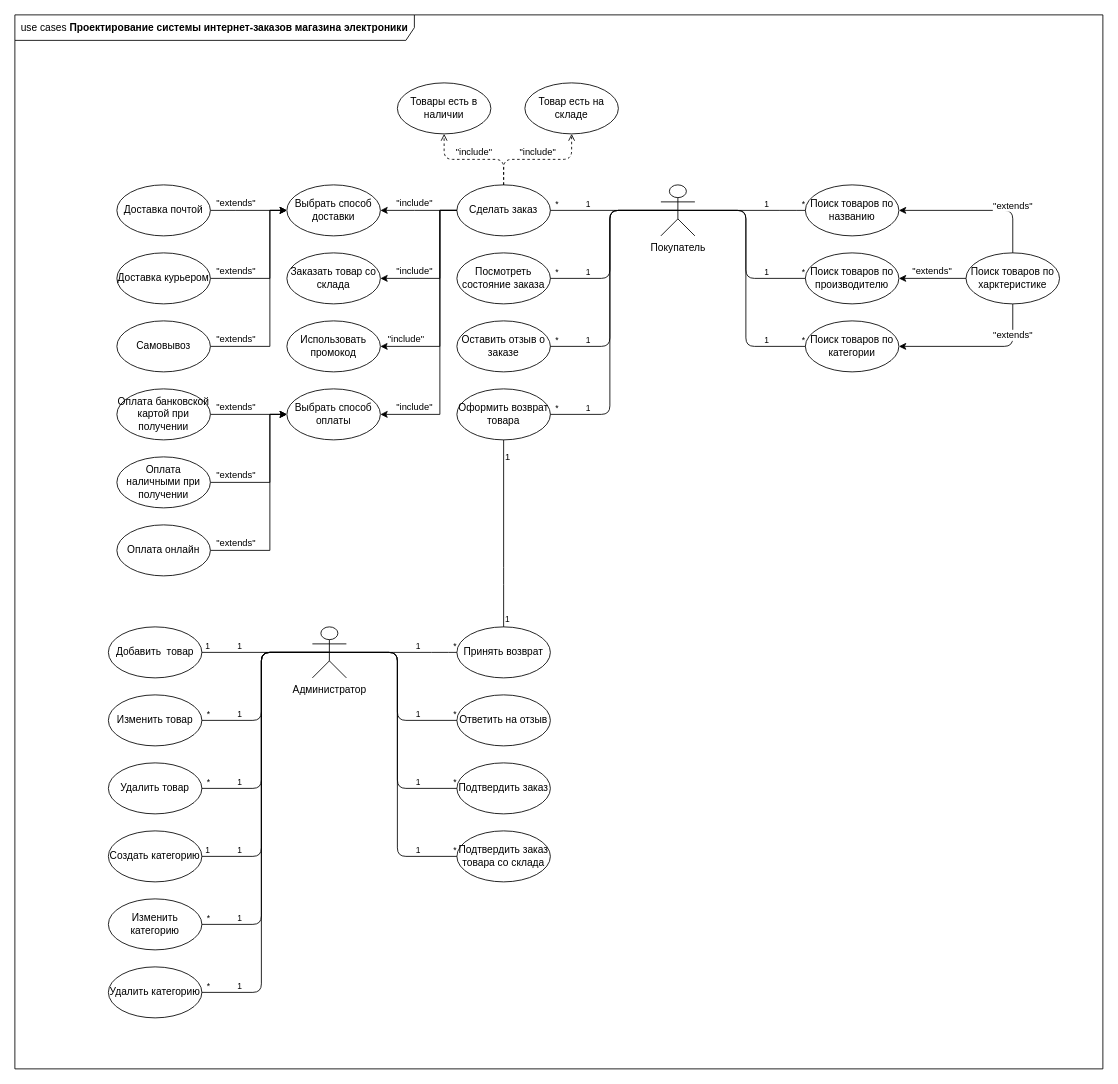
Earlier version of the draw.io diagram use_case.drawio (randomunrandom/MSS). Source tidied: cells renumbered, new cells numbered last; positions are measured from the earlier drawing's top-left corner, leaving out a move shared by most shapes. Both pictures are drawn from the tidied source at 85%, with x=0, y=0 at pixel (14, 14).
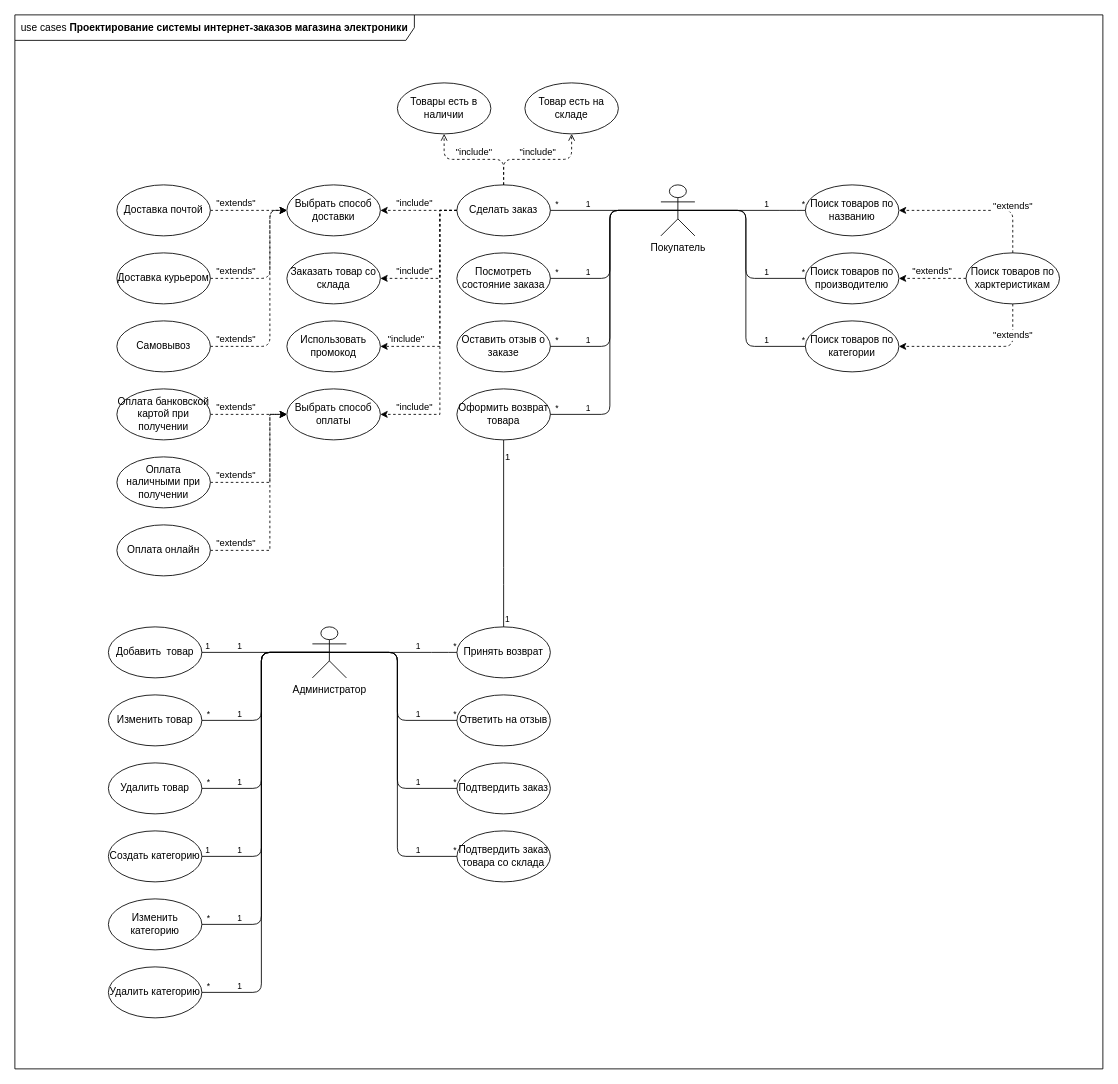
After the change.

The change refers to these unchanged cells:
```xml
<mxCell id="7" value="Сделать заказ" style="ellipse;whiteSpace=wrap;html=1;fontFamily=Helvetica;fontSize=12;fontColor=#000000;align=center;strokeColor=#000000;fillColor=#ffffff;" parent="1" vertex="1">
  <mxGeometry x="520" y="200" width="110" height="60" as="geometry" />
</mxCell>
<mxCell id="10" value="Заказать товар со склада" style="ellipse;whiteSpace=wrap;html=1;fontFamily=Helvetica;fontSize=12;fontColor=#000000;align=center;strokeColor=#000000;fillColor=#ffffff;" parent="1" vertex="1">
  <mxGeometry x="320" y="280" width="110" height="60" as="geometry" />
</mxCell>
<mxCell id="23" value="Поиск товаров по названию" style="ellipse;whiteSpace=wrap;html=1;fontFamily=Helvetica;fontSize=12;fontColor=#000000;align=center;strokeColor=#000000;fillColor=#ffffff;" parent="1" vertex="1">
  <mxGeometry x="930" y="200" width="110" height="60" as="geometry" />
</mxCell>
<mxCell id="28" value="Поиск товаров по производителю" style="ellipse;whiteSpace=wrap;html=1;fontFamily=Helvetica;fontSize=12;fontColor=#000000;align=center;strokeColor=#000000;fillColor=#ffffff;" parent="1" vertex="1">
  <mxGeometry x="930" y="280" width="110" height="60" as="geometry" />
</mxCell>
<mxCell id="33" value="Поиск товаров по категории" style="ellipse;whiteSpace=wrap;html=1;fontFamily=Helvetica;fontSize=12;fontColor=#000000;align=center;strokeColor=#000000;fillColor=#ffffff;" parent="1" vertex="1">
  <mxGeometry x="930" y="360" width="110" height="60" as="geometry" />
</mxCell>
<mxCell id="39" value="Выбрать способ доставки" style="ellipse;whiteSpace=wrap;html=1;fontFamily=Helvetica;fontSize=12;fontColor=#000000;align=center;strokeColor=#000000;fillColor=#ffffff;" parent="1" vertex="1">
  <mxGeometry x="320" y="200" width="110" height="60" as="geometry" />
</mxCell>
<mxCell id="40" value="Доставка почтой" style="ellipse;whiteSpace=wrap;html=1;fontFamily=Helvetica;fontSize=12;fontColor=#000000;align=center;strokeColor=#000000;fillColor=#ffffff;" parent="1" vertex="1">
  <mxGeometry x="120" y="200" width="110" height="60" as="geometry" />
</mxCell>
<mxCell id="42" value="Доставка курьером" style="ellipse;whiteSpace=wrap;html=1;fontFamily=Helvetica;fontSize=12;fontColor=#000000;align=center;strokeColor=#000000;fillColor=#ffffff;" parent="1" vertex="1">
  <mxGeometry x="120" y="280" width="110" height="60" as="geometry" />
</mxCell>
<mxCell id="44" value="Самовывоз" style="ellipse;whiteSpace=wrap;html=1;fontFamily=Helvetica;fontSize=12;fontColor=#000000;align=center;strokeColor=#000000;fillColor=#ffffff;" parent="1" vertex="1">
  <mxGeometry x="120" y="360" width="110" height="60" as="geometry" />
</mxCell>
<mxCell id="46" value="Выбрать способ оплаты" style="ellipse;whiteSpace=wrap;html=1;fontFamily=Helvetica;fontSize=12;fontColor=#000000;align=center;strokeColor=#000000;fillColor=#ffffff;" parent="1" vertex="1">
  <mxGeometry x="320" y="440" width="110" height="60" as="geometry" />
</mxCell>
<mxCell id="48" value="Оплата банковской картой при получении" style="ellipse;whiteSpace=wrap;html=1;fontFamily=Helvetica;fontSize=12;fontColor=#000000;align=center;strokeColor=#000000;fillColor=#ffffff;" parent="1" vertex="1">
  <mxGeometry x="120" y="440" width="110" height="60" as="geometry" />
</mxCell>
<mxCell id="50" value="Оплата онлайн" style="ellipse;whiteSpace=wrap;html=1;fontFamily=Helvetica;fontSize=12;fontColor=#000000;align=center;strokeColor=#000000;fillColor=#ffffff;" parent="1" vertex="1">
  <mxGeometry x="120" y="600" width="110" height="60" as="geometry" />
</mxCell>
<mxCell id="52" value="Использовать промокод" style="ellipse;whiteSpace=wrap;html=1;fontFamily=Helvetica;fontSize=12;fontColor=#000000;align=center;strokeColor=#000000;fillColor=#ffffff;" parent="1" vertex="1">
  <mxGeometry x="320" y="360" width="110" height="60" as="geometry" />
</mxCell>
<mxCell id="54" value="Оплата наличными при получении" style="ellipse;whiteSpace=wrap;html=1;fontFamily=Helvetica;fontSize=12;fontColor=#000000;align=center;strokeColor=#000000;fillColor=#ffffff;" parent="1" vertex="1">
  <mxGeometry x="120" y="520" width="110" height="60" as="geometry" />
</mxCell>
```

The edit, as a diff of the source:
```diff
@@
-    <mxCell id="4" value="&quot;include&quot;" style="edgeStyle=orthogonalEdgeStyle;rounded=0;jettySize=auto;html=1;align=center;verticalAlign=bottom;" parent="1" edge="1" source="7" target="10">
+    <mxCell id="4" value="&quot;include&quot;" style="edgeStyle=orthogonalEdgeStyle;rounded=0;jettySize=auto;html=1;align=center;verticalAlign=bottom;dashed=1;" parent="1" edge="1" source="7" target="10">
       <mxGeometry x="0.53" relative="1" as="geometry">
         <Array as="points">
           <mxPoint x="500" y="230" />
           <mxPoint x="500" y="310" />
         </Array>
       </mxGeometry>
     </mxCell>
@@
-    <mxCell id="22" value="&quot;extends&quot;" style="rounded=1;jettySize=auto;html=1;exitX=0.5;exitY=0;exitDx=0;exitDy=0;align=center;verticalAlign=bottom;edgeStyle=orthogonalEdgeStyle;entryX=1;entryY=0.5;entryDx=0;entryDy=0;" parent="1" edge="1" source="59" target="23">
+    <mxCell id="22" value="&quot;extends&quot;" style="rounded=1;jettySize=auto;html=1;exitX=0.5;exitY=0;exitDx=0;exitDy=0;align=center;verticalAlign=bottom;edgeStyle=orthogonalEdgeStyle;entryX=1;entryY=0.5;entryDx=0;entryDy=0;dashed=1;" parent="1" edge="1" source="59" target="23">
       <mxGeometry x="-0.5" relative="1" as="geometry" />
     </mxCell>
@@
-    <mxCell id="27" value="&quot;extends&quot;" style="rounded=1;jettySize=auto;html=1;exitX=0;exitY=0.5;exitDx=0;exitDy=0;entryX=1;entryY=0.5;entryDx=0;entryDy=0;align=center;verticalAlign=bottom;edgeStyle=orthogonalEdgeStyle;" parent="1" edge="1" source="59" target="28">
+    <mxCell id="27" value="&quot;extends&quot;" style="rounded=1;jettySize=auto;html=1;exitX=0;exitY=0.5;exitDx=0;exitDy=0;entryX=1;entryY=0.5;entryDx=0;entryDy=0;align=center;verticalAlign=bottom;edgeStyle=orthogonalEdgeStyle;dashed=1;" parent="1" edge="1" source="59" target="28">
       <mxGeometry relative="1" as="geometry" />
     </mxCell>
@@
-    <mxCell id="32" value="&quot;extends&quot;" style="rounded=1;jettySize=auto;html=1;exitX=0.5;exitY=1;exitDx=0;exitDy=0;entryX=1;entryY=0.5;entryDx=0;entryDy=0;align=center;verticalAlign=bottom;edgeStyle=orthogonalEdgeStyle;" parent="1" edge="1" source="59" target="33">
+    <mxCell id="32" value="&quot;extends&quot;" style="rounded=1;jettySize=auto;html=1;exitX=0.5;exitY=1;exitDx=0;exitDy=0;entryX=1;entryY=0.5;entryDx=0;entryDy=0;align=center;verticalAlign=bottom;edgeStyle=orthogonalEdgeStyle;dashed=1;" parent="1" edge="1" source="59" target="33">
       <mxGeometry x="-0.5" relative="1" as="geometry">
         <Array as="points">
           <mxPoint x="1174" y="390" />
         </Array>
       </mxGeometry>
     </mxCell>
@@
-    <mxCell id="37" value="&quot;include&quot;" style="edgeStyle=orthogonalEdgeStyle;rounded=0;jettySize=auto;html=1;align=center;verticalAlign=bottom;exitX=0;exitY=0.5;exitDx=0;exitDy=0;" parent="1" edge="1" source="7" target="39">
+    <mxCell id="37" value="&quot;include&quot;" style="edgeStyle=orthogonalEdgeStyle;rounded=0;jettySize=auto;html=1;align=center;verticalAlign=bottom;exitX=0;exitY=0.5;exitDx=0;exitDy=0;dashed=1;" parent="1" edge="1" source="7" target="39">
       <mxGeometry x="0.11" relative="1" as="geometry">
         <Array as="points">
           <mxPoint x="470" y="230" />
           <mxPoint x="470" y="230" />
         </Array>
       </mxGeometry>
     </mxCell>
-    <mxCell id="38" value="&quot;extends&quot;" style="edgeStyle=orthogonalEdgeStyle;rounded=0;jettySize=auto;html=1;align=center;entryX=0;entryY=0.5;entryDx=0;entryDy=0;verticalAlign=bottom;exitX=1;exitY=0.5;exitDx=0;exitDy=0;" parent="1" edge="1" source="40" target="39">
+    <mxCell id="38" value="&quot;extends&quot;" style="edgeStyle=orthogonalEdgeStyle;rounded=0;jettySize=auto;html=1;align=center;entryX=0;entryY=0.5;entryDx=0;entryDy=0;verticalAlign=bottom;exitX=1;exitY=0.5;exitDx=0;exitDy=0;dashed=1;" parent="1" edge="1" source="40" target="39">
       <mxGeometry x="0.33" y="-30" relative="1" as="geometry">
         <Array as="points">
           <mxPoint x="260" y="230" />
           <mxPoint x="260" y="230" />
         </Array>
         <mxPoint x="-30" y="-30" as="offset" />
       </mxGeometry>
     </mxCell>
@@
-    <mxCell id="41" value="&quot;extends&quot;" style="edgeStyle=orthogonalEdgeStyle;rounded=0;jettySize=auto;html=1;align=center;entryX=0;entryY=0.5;entryDx=0;entryDy=0;verticalAlign=bottom;exitX=1;exitY=0.5;exitDx=0;exitDy=0;" parent="1" edge="1" source="42" target="39">
+    <mxCell id="41" value="&quot;extends&quot;" style="edgeStyle=orthogonalEdgeStyle;rounded=1;jettySize=auto;html=1;align=center;entryX=0;entryY=0.5;entryDx=0;entryDy=0;verticalAlign=bottom;exitX=1;exitY=0.5;exitDx=0;exitDy=0;dashed=1;" parent="1" edge="1" source="42" target="39">
       <mxGeometry x="-0.65" relative="1" as="geometry">
         <Array as="points">
           <mxPoint x="300" y="310" />
           <mxPoint x="300" y="230" />
         </Array>
       </mxGeometry>
     </mxCell>
@@
-    <mxCell id="43" value="&quot;extends&quot;" style="edgeStyle=orthogonalEdgeStyle;rounded=0;jettySize=auto;html=1;align=center;entryX=0;entryY=0.5;entryDx=0;entryDy=0;verticalAlign=bottom;exitX=1;exitY=0.5;exitDx=0;exitDy=0;" parent="1" edge="1" source="44" target="39">
+    <mxCell id="43" value="&quot;extends&quot;" style="edgeStyle=orthogonalEdgeStyle;rounded=1;jettySize=auto;html=1;align=center;entryX=0;entryY=0.5;entryDx=0;entryDy=0;verticalAlign=bottom;exitX=1;exitY=0.5;exitDx=0;exitDy=0;dashed=1;" parent="1" edge="1" source="44" target="39">
       <mxGeometry x="-0.76" relative="1" as="geometry">
         <Array as="points">
           <mxPoint x="300" y="390" />
           <mxPoint x="300" y="230" />
         </Array>
       </mxGeometry>
     </mxCell>
@@
-    <mxCell id="45" value="&quot;include&quot;" style="edgeStyle=orthogonalEdgeStyle;rounded=0;jettySize=auto;html=1;align=center;verticalAlign=bottom;exitX=0;exitY=0.5;exitDx=0;exitDy=0;" parent="1" edge="1" source="7" target="46">
+    <mxCell id="45" value="&quot;include&quot;" style="edgeStyle=orthogonalEdgeStyle;rounded=0;jettySize=auto;html=1;align=center;verticalAlign=bottom;exitX=0;exitY=0.5;exitDx=0;exitDy=0;dashed=1;" parent="1" edge="1" source="7" target="46">
       <mxGeometry x="0.76" relative="1" as="geometry">
         <Array as="points">
           <mxPoint x="500" y="230" />
           <mxPoint x="500" y="470" />
         </Array>
       </mxGeometry>
     </mxCell>
@@
-    <mxCell id="47" value="&quot;extends&quot;" style="edgeStyle=orthogonalEdgeStyle;rounded=0;jettySize=auto;html=1;align=center;entryX=0;entryY=0.5;entryDx=0;entryDy=0;verticalAlign=bottom;exitX=1;exitY=0.5;exitDx=0;exitDy=0;" parent="1" edge="1" source="48" target="46">
+    <mxCell id="47" value="&quot;extends&quot;" style="edgeStyle=orthogonalEdgeStyle;rounded=0;jettySize=auto;html=1;align=center;entryX=0;entryY=0.5;entryDx=0;entryDy=0;verticalAlign=bottom;exitX=1;exitY=0.5;exitDx=0;exitDy=0;dashed=1;" parent="1" edge="1" source="48" target="46">
       <mxGeometry x="-0.33" relative="1" as="geometry" />
     </mxCell>
@@
-    <mxCell id="49" value="&quot;extends&quot;" style="edgeStyle=orthogonalEdgeStyle;rounded=0;jettySize=auto;html=1;align=center;entryX=0;entryY=0.5;entryDx=0;entryDy=0;verticalAlign=bottom;exitX=1;exitY=0.5;exitDx=0;exitDy=0;" parent="1" edge="1" source="50" target="46">
+    <mxCell id="49" value="&quot;extends&quot;" style="edgeStyle=orthogonalEdgeStyle;rounded=0;jettySize=auto;html=1;align=center;entryX=0;entryY=0.5;entryDx=0;entryDy=0;verticalAlign=bottom;exitX=1;exitY=0.5;exitDx=0;exitDy=0;dashed=1;" parent="1" edge="1" source="50" target="46">
       <mxGeometry x="-0.76" relative="1" as="geometry">
         <Array as="points">
           <mxPoint x="300" y="630" />
           <mxPoint x="300" y="470" />
         </Array>
       </mxGeometry>
     </mxCell>
@@
-    <mxCell id="51" value="&quot;include&quot;" style="edgeStyle=orthogonalEdgeStyle;rounded=0;jettySize=auto;html=1;align=center;verticalAlign=bottom;exitX=0;exitY=0.5;exitDx=0;exitDy=0;" parent="1" edge="1" source="7" target="52">
+    <mxCell id="51" value="&quot;include&quot;" style="edgeStyle=orthogonalEdgeStyle;rounded=0;jettySize=auto;html=1;align=center;verticalAlign=bottom;exitX=0;exitY=0.5;exitDx=0;exitDy=0;dashed=1;" parent="1" edge="1" source="7" target="52">
       <mxGeometry x="0.76" relative="1" as="geometry">
         <Array as="points">
           <mxPoint x="500" y="230" />
           <mxPoint x="500" y="390" />
         </Array>
       </mxGeometry>
     </mxCell>
@@
-    <mxCell id="53" value="&quot;extends&quot;" style="edgeStyle=orthogonalEdgeStyle;rounded=0;jettySize=auto;html=1;align=center;entryX=0;entryY=0.5;entryDx=0;entryDy=0;verticalAlign=bottom;exitX=1;exitY=0.5;exitDx=0;exitDy=0;" parent="1" edge="1" source="54" target="46">
+    <mxCell id="53" value="&quot;extends&quot;" style="edgeStyle=orthogonalEdgeStyle;rounded=0;jettySize=auto;html=1;align=center;entryX=0;entryY=0.5;entryDx=0;entryDy=0;verticalAlign=bottom;exitX=1;exitY=0.5;exitDx=0;exitDy=0;dashed=1;" parent="1" edge="1" source="54" target="46">
       <mxGeometry x="-0.65" relative="1" as="geometry">
         <Array as="points">
           <mxPoint x="300" y="550" />
           <mxPoint x="300" y="470" />
         </Array>
       </mxGeometry>
     </mxCell>
@@
-    <mxCell id="59" value="&lt;div&gt;Поиск товаров по харктеристике&lt;/div&gt;" style="ellipse;whiteSpace=wrap;html=1;fontFamily=Helvetica;fontSize=12;fontColor=#000000;align=center;strokeColor=#000000;fillColor=#ffffff;" parent="1" vertex="1">
+    <mxCell id="59" value="&lt;div&gt;Поиск товаров по харктеристикам&lt;/div&gt;" style="ellipse;whiteSpace=wrap;html=1;fontFamily=Helvetica;fontSize=12;fontColor=#000000;align=center;strokeColor=#000000;fillColor=#ffffff;" parent="1" vertex="1">
       <mxGeometry x="1119" y="280" width="110" height="60" as="geometry" />
     </mxCell>
```
